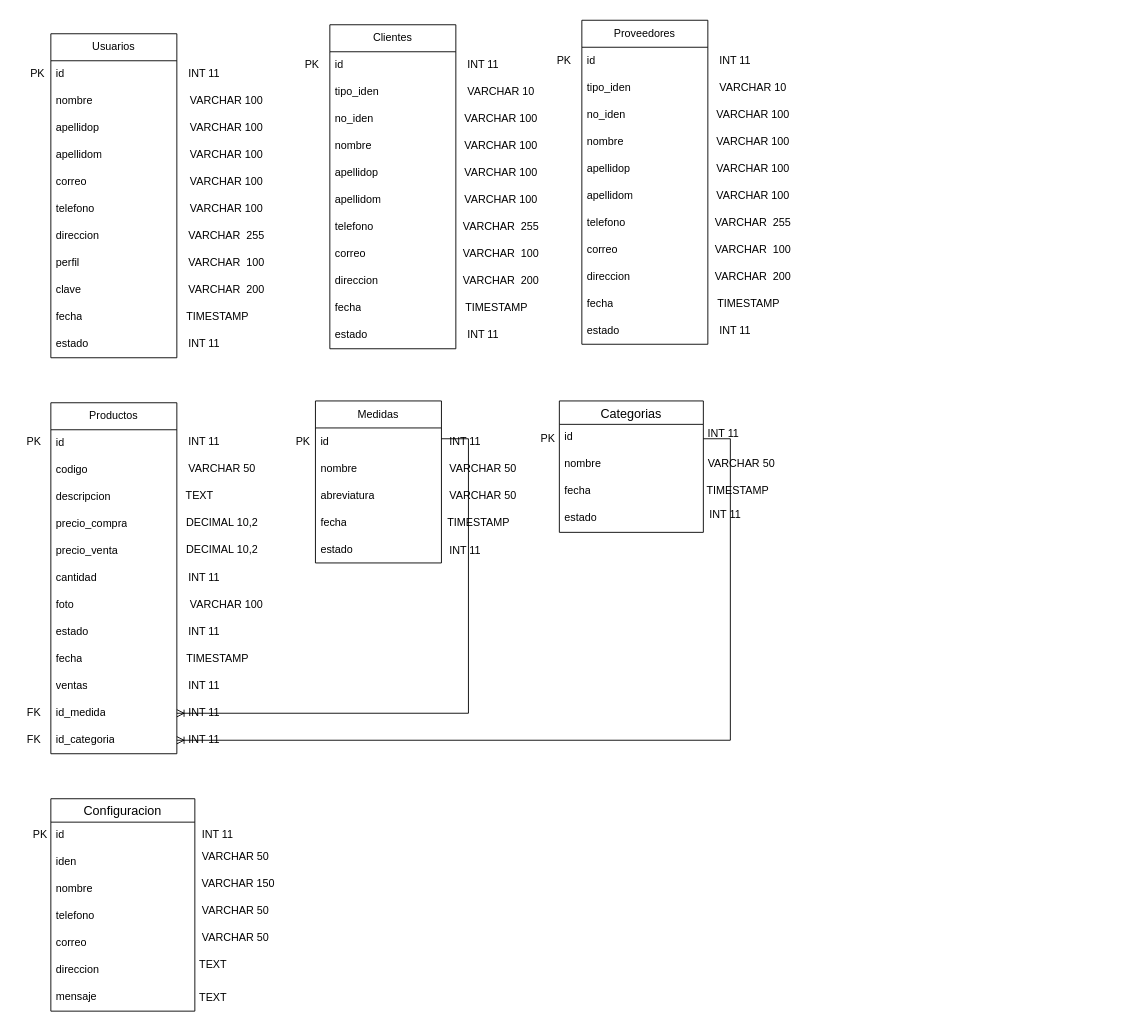
Before: page "Modelo- RE" (3 of 3) of Proyecto_Desarrollo.drawio in Memo231823/ProyectoP, a draw.io diagram. Source tidied: cells renumbered, new cells numbered last; positions are measured from the earlier drawing's top-left corner, leaving out a move shared by most shapes. Both pictures are drawn from the tidied source at 90%, with x=0, y=0 at pixel (15, 20).
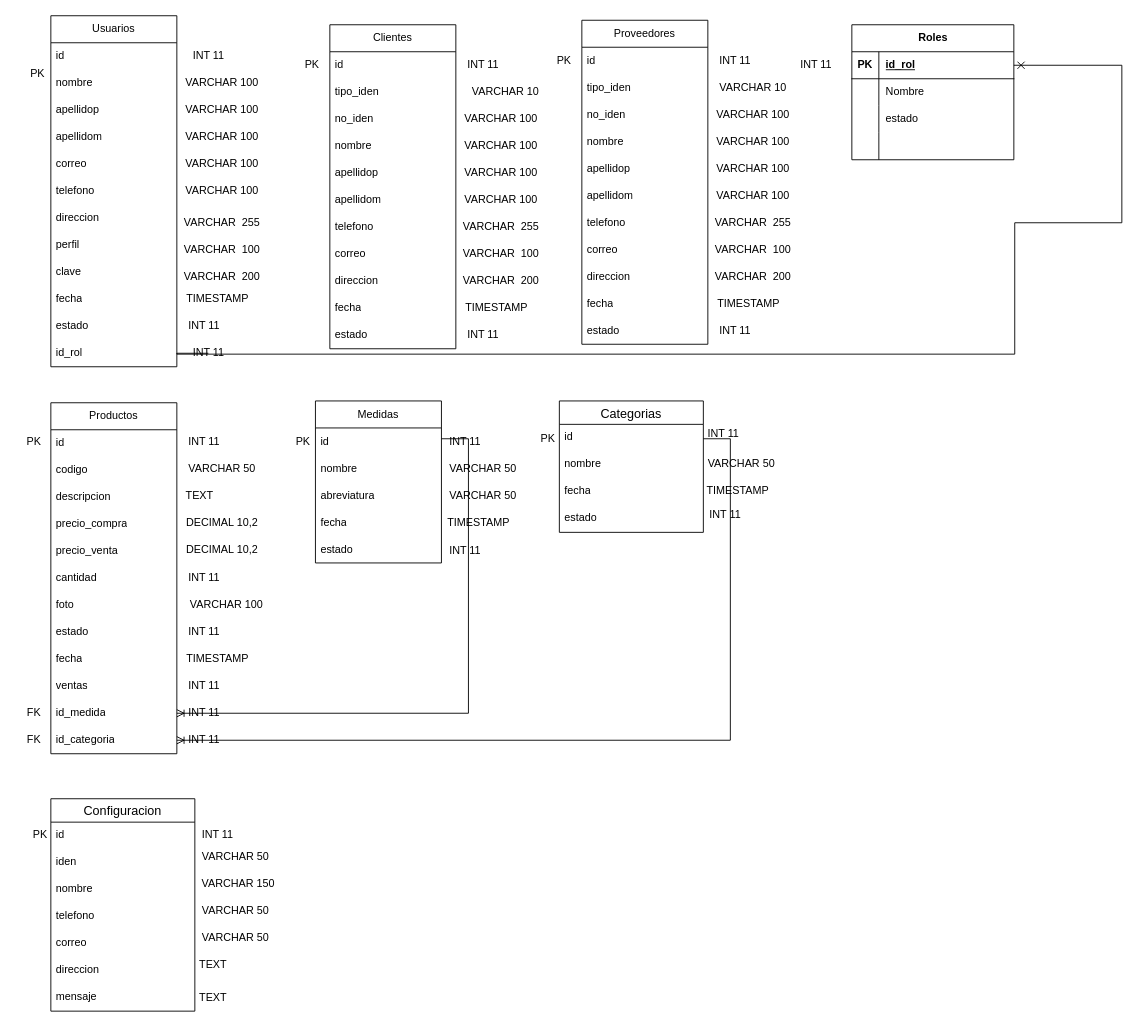
Above is the later version.

The edit, as a diff of the source:
```diff
@@
     <mxCell id="2" value="Usuarios" style="swimlane;fontStyle=0;horizontal=1;startSize=30;whiteSpace=wrap;html=1;" parent="1" vertex="1">
-      <mxGeometry x="39" y="15" width="140" height="360" as="geometry" />
+      <mxGeometry x="39" y="-5" width="140" height="390" as="geometry" />
     </mxCell>
@@
+    <mxCell id="142" value="estado" style="text;strokeColor=none;fillColor=none;align=left;verticalAlign=middle;spacingLeft=4;spacingRight=4;overflow=hidden;whiteSpace=wrap;html=1;" parent="2" vertex="1">
+      <mxGeometry y="330" width="140" height="30" as="geometry" />
+    </mxCell>
-    <mxCell id="13" value="estado" style="text;strokeColor=none;fillColor=none;align=left;verticalAlign=middle;spacingLeft=4;spacingRight=4;overflow=hidden;whiteSpace=wrap;html=1;" parent="2" vertex="1">
-      <mxGeometry y="330" width="140" height="30" as="geometry" />
+    <mxCell id="13" value="id_rol" style="text;strokeColor=none;fillColor=none;align=left;verticalAlign=middle;spacingLeft=4;spacingRight=4;overflow=hidden;whiteSpace=wrap;html=1;" parent="2" vertex="1">
+      <mxGeometry y="360" width="140" height="30" as="geometry" />
     </mxCell>
@@
     <mxCell id="15" value="VARCHAR 100" style="text;html=1;align=center;verticalAlign=middle;strokeColor=none;fillColor=none;" parent="1" vertex="1">
-      <mxGeometry x="179" y="75" width="110" height="30" as="geometry" />
+      <mxGeometry x="174" y="55" width="110" height="30" as="geometry" />
     </mxCell>
     <mxCell id="16" value="VARCHAR 100" style="text;html=1;align=center;verticalAlign=middle;strokeColor=none;fillColor=none;" parent="1" vertex="1">
-      <mxGeometry x="179" y="105" width="110" height="30" as="geometry" />
+      <mxGeometry x="174" y="85" width="110" height="30" as="geometry" />
     </mxCell>
     <mxCell id="17" value="VARCHAR 100" style="text;html=1;align=center;verticalAlign=middle;strokeColor=none;fillColor=none;" parent="1" vertex="1">
-      <mxGeometry x="179" y="135" width="110" height="30" as="geometry" />
+      <mxGeometry x="174" y="115" width="110" height="30" as="geometry" />
     </mxCell>
     <mxCell id="18" value="VARCHAR 100" style="text;html=1;align=center;verticalAlign=middle;strokeColor=none;fillColor=none;" parent="1" vertex="1">
-      <mxGeometry x="179" y="165" width="110" height="30" as="geometry" />
+      <mxGeometry x="174" y="145" width="110" height="30" as="geometry" />
     </mxCell>
     <mxCell id="19" value="VARCHAR 100" style="text;html=1;align=center;verticalAlign=middle;strokeColor=none;fillColor=none;" parent="1" vertex="1">
-      <mxGeometry x="179" y="195" width="110" height="30" as="geometry" />
+      <mxGeometry x="174" y="175" width="110" height="30" as="geometry" />
     </mxCell>
     <mxCell id="20" value="VARCHAR&amp;nbsp; 255" style="text;html=1;align=center;verticalAlign=middle;strokeColor=none;fillColor=none;" parent="1" vertex="1">
-      <mxGeometry x="179" y="225" width="110" height="30" as="geometry" />
+      <mxGeometry x="174" y="210" width="110" height="30" as="geometry" />
     </mxCell>
     <mxCell id="21" value="VARCHAR&amp;nbsp; 100" style="text;html=1;align=center;verticalAlign=middle;strokeColor=none;fillColor=none;" parent="1" vertex="1">
-      <mxGeometry x="179" y="255" width="110" height="30" as="geometry" />
+      <mxGeometry x="174" y="240" width="110" height="30" as="geometry" />
     </mxCell>
     <mxCell id="22" value="VARCHAR&amp;nbsp; 200" style="text;html=1;align=center;verticalAlign=middle;strokeColor=none;fillColor=none;" parent="1" vertex="1">
-      <mxGeometry x="179" y="285" width="110" height="30" as="geometry" />
+      <mxGeometry x="174" y="270" width="110" height="30" as="geometry" />
     </mxCell>
     <mxCell id="23" value="TIMESTAMP" style="text;html=1;align=center;verticalAlign=middle;strokeColor=none;fillColor=none;" parent="1" vertex="1">
-      <mxGeometry x="179" y="315" width="90" height="30" as="geometry" />
+      <mxGeometry x="179" y="295" width="90" height="30" as="geometry" />
     </mxCell>
     <mxCell id="24" value="INT 11" style="text;html=1;align=center;verticalAlign=middle;strokeColor=none;fillColor=none;" parent="1" vertex="1">
-      <mxGeometry x="179" y="345" width="60" height="30" as="geometry" />
+      <mxGeometry x="179" y="325" width="60" height="30" as="geometry" />
     </mxCell>
     <mxCell id="25" value="INT 11" style="text;html=1;align=center;verticalAlign=middle;strokeColor=none;fillColor=none;" parent="1" vertex="1">
-      <mxGeometry x="179" y="45" width="60" height="30" as="geometry" />
+      <mxGeometry x="184" y="25" width="60" height="30" as="geometry" />
     </mxCell>
@@
     <mxCell id="39" value="VARCHAR 10" style="text;html=1;align=center;verticalAlign=middle;strokeColor=none;fillColor=none;" parent="1" vertex="1">
-      <mxGeometry x="489" y="65" width="100" height="30" as="geometry" />
+      <mxGeometry x="494" y="65" width="100" height="30" as="geometry" />
     </mxCell>
@@
+    <mxCell id="143" value="Roles" style="shape=table;startSize=30;childLayout=tableLayout;rowLines=0;fontStyle=1;align=center;html=1;" parent="1" vertex="1">
+      <mxGeometry x="929" y="5" width="180" height="150" as="geometry" />
+    </mxCell>
+    <mxCell id="144" style="shape=tableRow;horizontal=0;startSize=0;swimlaneHead=0;swimlaneBody=0;fillColor=none;points=[[0,0.5],[1,0.5]];portConstraint=eastwest;top=0;left=0;right=0;bottom=1;" parent="143" vertex="1">
+      <mxGeometry y="30" width="180" height="30" as="geometry" />
+    </mxCell>
+    <mxCell id="145" value="PK" style="shape=partialRectangle;fillColor=none;top=0;left=0;bottom=0;right=0;fontStyle=1;overflow=hidden;whiteSpace=wrap;html=1;" parent="144" vertex="1">
+      <mxGeometry width="30" height="30" as="geometry" />
+    </mxCell>
+    <mxCell id="146" value="id_rol" style="shape=partialRectangle;fillColor=none;top=0;left=0;bottom=0;right=0;align=left;spacingLeft=6;fontStyle=5;overflow=hidden;whiteSpace=wrap;html=1;" parent="144" vertex="1">
+      <mxGeometry x="30" width="150" height="30" as="geometry" />
+    </mxCell>
+    <mxCell id="147" style="shape=tableRow;horizontal=0;startSize=0;swimlaneHead=0;swimlaneBody=0;fillColor=none;top=0;left=0;right=0;bottom=0;" parent="143" vertex="1">
+      <mxGeometry y="60" width="180" height="30" as="geometry" />
+    </mxCell>
+    <mxCell id="148" style="shape=partialRectangle;fillColor=none;top=0;left=0;bottom=0;right=0;overflow=hidden;whiteSpace=wrap;html=1;" parent="147" vertex="1">
+      <mxGeometry width="30" height="30" as="geometry" />
+    </mxCell>
+    <mxCell id="149" value="Nombre" style="shape=partialRectangle;fillColor=none;top=0;left=0;bottom=0;right=0;align=left;spacingLeft=6;overflow=hidden;whiteSpace=wrap;html=1;" parent="147" vertex="1">
+      <mxGeometry x="30" width="150" height="30" as="geometry" />
+    </mxCell>
+    <mxCell id="150" style="shape=tableRow;horizontal=0;startSize=0;swimlaneHead=0;swimlaneBody=0;fillColor=none;top=0;left=0;right=0;bottom=0;" parent="143" vertex="1">
+      <mxGeometry y="90" width="180" height="30" as="geometry" />
+    </mxCell>
+    <mxCell id="151" style="shape=partialRectangle;fillColor=none;top=0;left=0;bottom=0;right=0;overflow=hidden;whiteSpace=wrap;html=1;" parent="150" vertex="1">
+      <mxGeometry width="30" height="30" as="geometry" />
+    </mxCell>
+    <mxCell id="152" value="estado" style="shape=partialRectangle;fillColor=none;top=0;left=0;bottom=0;right=0;align=left;spacingLeft=6;overflow=hidden;whiteSpace=wrap;html=1;" parent="150" vertex="1">
+      <mxGeometry x="30" width="150" height="30" as="geometry" />
+    </mxCell>
+    <mxCell id="153" style="shape=tableRow;horizontal=0;startSize=0;swimlaneHead=0;swimlaneBody=0;fillColor=none;top=0;left=0;right=0;bottom=0;" parent="143" vertex="1">
+      <mxGeometry y="120" width="180" height="30" as="geometry" />
+    </mxCell>
+    <mxCell id="154" style="shape=partialRectangle;fillColor=none;top=0;left=0;bottom=0;right=0;overflow=hidden;whiteSpace=wrap;html=1;" parent="153" vertex="1">
+      <mxGeometry width="30" height="30" as="geometry" />
+    </mxCell>
+    <mxCell id="155" style="shape=partialRectangle;fillColor=none;top=0;left=0;bottom=0;right=0;align=left;spacingLeft=6;overflow=hidden;whiteSpace=wrap;html=1;" parent="153" vertex="1">
+      <mxGeometry x="30" width="150" height="30" as="geometry" />
+    </mxCell>
+    <mxCell id="156" value="INT 11" style="text;html=1;align=center;verticalAlign=middle;strokeColor=none;fillColor=none;" parent="1" vertex="1">
+      <mxGeometry x="859" y="35" width="60" height="30" as="geometry" />
+    </mxCell>
+    <mxCell id="157" style="edgeStyle=orthogonalEdgeStyle;rounded=0;jettySize=auto;html=1;entryX=1;entryY=0.5;entryDx=0;entryDy=0;endArrow=cross;endFill=0;" parent="1" edge="1" target="144">
+      <mxGeometry relative="1" as="geometry">
+        <mxPoint x="214" y="370" as="sourcePoint" />
+        <Array as="points">
+          <mxPoint x="179" y="370" />
+          <mxPoint x="179" y="371" />
+          <mxPoint x="1110" y="371" />
+          <mxPoint x="1110" y="225" />
+          <mxPoint x="1229" y="225" />
+          <mxPoint x="1229" y="50" />
+        </Array>
+      </mxGeometry>
+    </mxCell>
+    <mxCell id="158" value="INT 11" style="text;html=1;align=center;verticalAlign=middle;strokeColor=none;fillColor=none;" parent="1" vertex="1">
+      <mxGeometry x="184" y="355" width="60" height="30" as="geometry" />
+    </mxCell>
```
